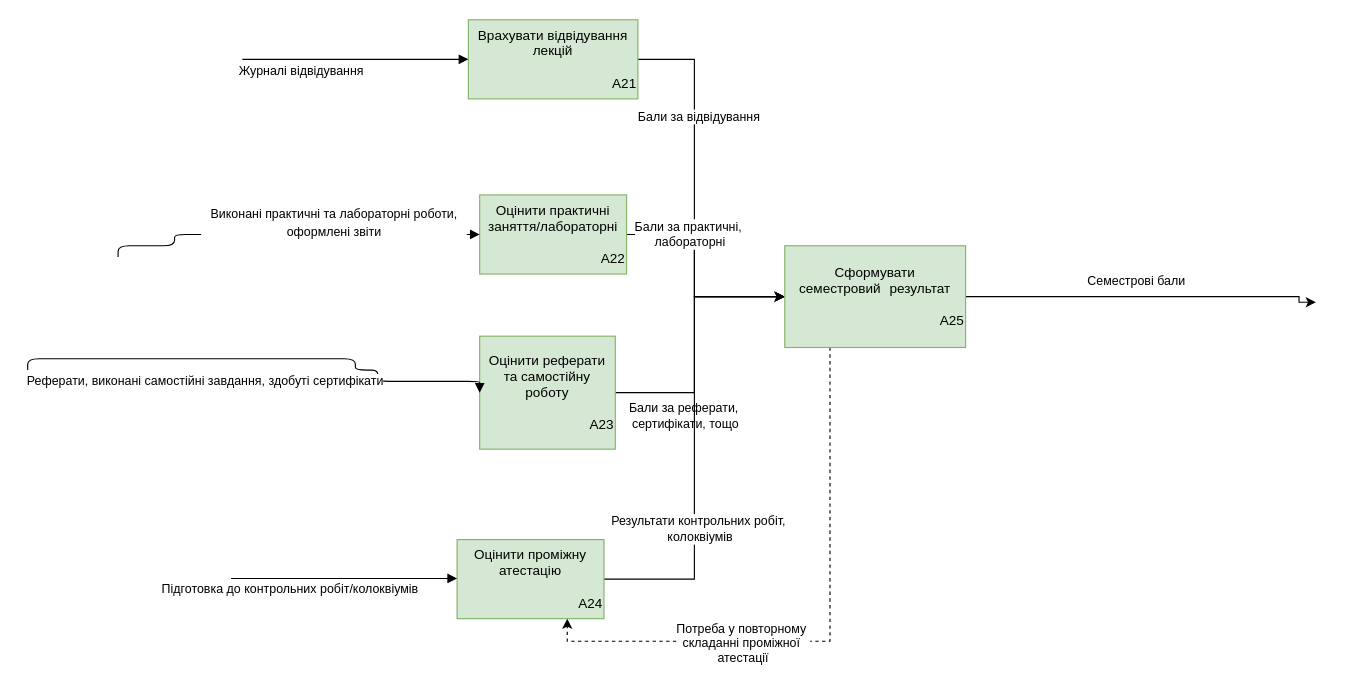
Earlier version of the draw.io diagram page "A2F FEO" (4 of 8) of Lab1.drawio (MikeSydo/Development-and-Design-of-Information-Systems). Source tidied: cells renumbered, new cells numbered last; positions are measured from the earlier drawing's top-left corner, leaving out a move shared by most shapes. Both pictures are drawn from the tidied source at 113%, with x=0, y=0 at pixel (27, 19).
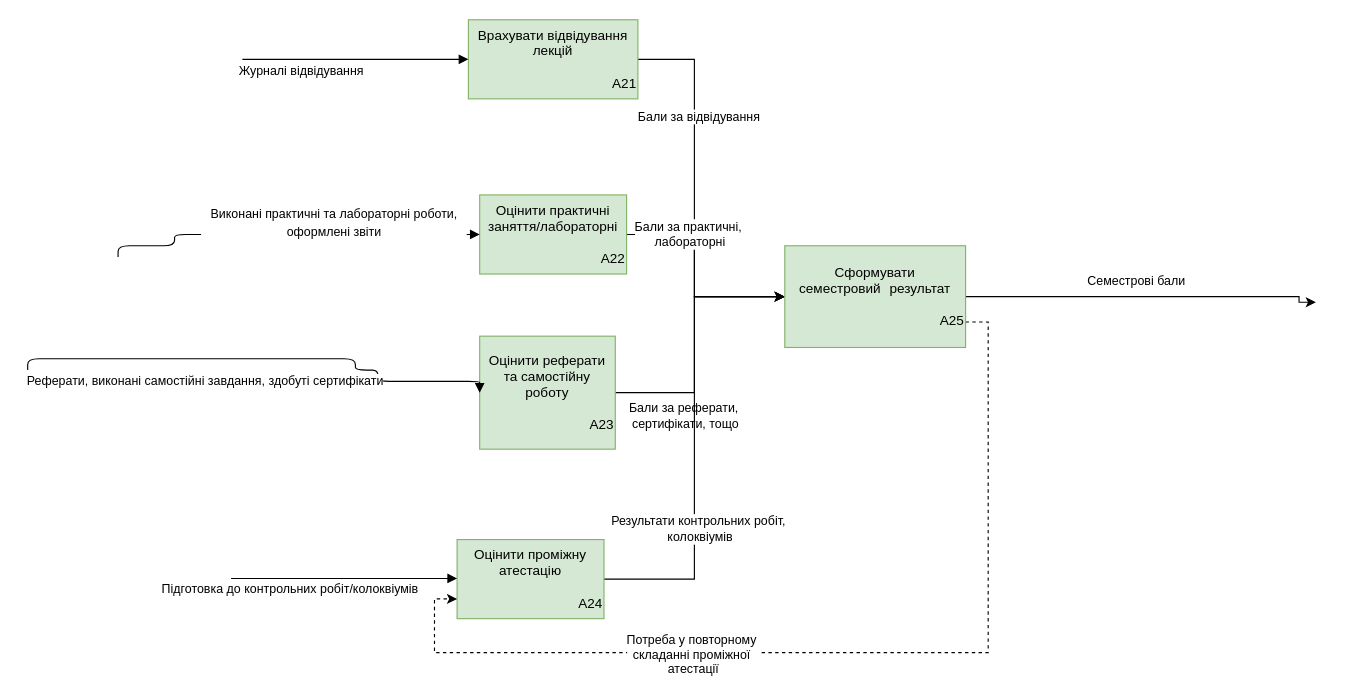
After the change.

The change refers to these unchanged cells:
```xml
<mxCell id="13" value="&lt;div&gt;Оцінити проміжну атестацію&lt;/div&gt;&lt;div&gt;&lt;br&gt;&lt;/div&gt;&lt;div align=&quot;right&quot;&gt;А24&lt;/div&gt;" style="whiteSpace=wrap;html=1;fillColor=#d5e8d4;strokeColor=#82b366;" parent="1" vertex="1">
  <mxGeometry x="380" y="460" width="130" height="70" as="geometry" />
</mxCell>
<mxCell id="19" value="&lt;div&gt;Сформувати семестровий&lt;span style=&quot;white-space: pre;&quot;&gt;&#9;результат&lt;/span&gt;&lt;/div&gt;&lt;div&gt;&lt;br&gt;&lt;/div&gt;&lt;div align=&quot;right&quot;&gt;А25&lt;/div&gt;" style="whiteSpace=wrap;html=1;fillColor=#d5e8d4;strokeColor=#82b366;" parent="1" vertex="1">
  <mxGeometry x="670" y="200" width="160" height="90" as="geometry" />
</mxCell>
```

Change to the diagram source:
```diff
@@
-    <mxCell id="17" style="edgeStyle=orthogonalEdgeStyle;rounded=0;jettySize=auto;html=1;exitX=0.25;exitY=1;exitDx=0;exitDy=0;entryX=0.75;entryY=1;entryDx=0;entryDy=0;dashed=1;" parent="1" edge="1" source="19" target="13">
-      <mxGeometry relative="1" as="geometry" />
+    <mxCell id="17" style="edgeStyle=orthogonalEdgeStyle;rounded=0;jettySize=auto;html=1;exitX=1;exitY=0.75;exitDx=0;exitDy=0;entryX=0;entryY=0.75;entryDx=0;entryDy=0;dashed=1;" parent="1" edge="1" source="19" target="13">
+      <mxGeometry relative="1" as="geometry">
+        <Array as="points">
+          <mxPoint x="850" y="267.5" />
+          <mxPoint x="850" y="560" />
+          <mxPoint x="360" y="560" />
+          <mxPoint x="360" y="512.5" />
+        </Array>
+      </mxGeometry>
     </mxCell>
```
